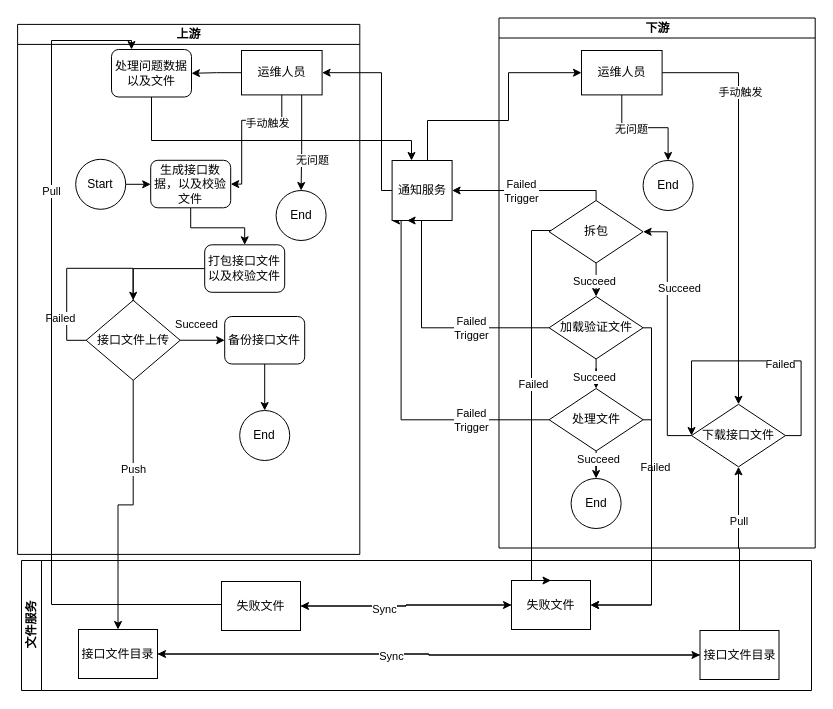
Earlier version of the draw.io diagram 未命名绘图.drawio (lsj188/myPlugin). Source tidied: cells renumbered, new cells numbered last; positions are measured from the earlier drawing's top-left corner, leaving out a move shared by most shapes. Both pictures are drawn from the tidied source at 100%, with x=0, y=0 at pixel (-77, 40).
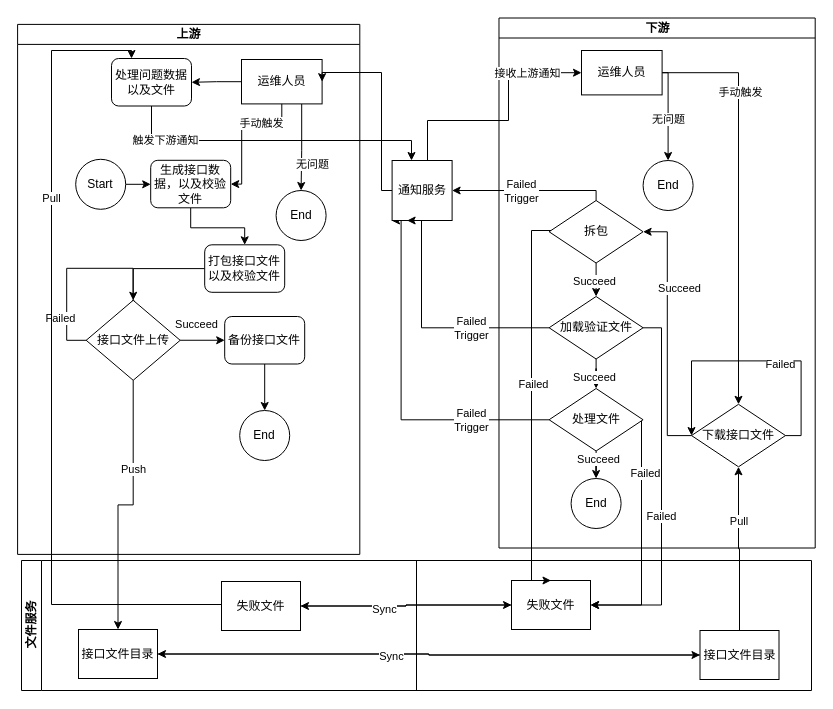
The same page after the edit.

Commit message (it also covers changes not shown here):
更新未命名绘图.drawio

The change refers to these unchanged cells:
```xml
<mxCell id="2" value="上游" style="swimlane;html=1;startSize=20;horizontal=0;rotation=90;" parent="1" vertex="1">
  <mxGeometry x="0.2" y="77.8" width="530" height="342.2" as="geometry" />
</mxCell>
<mxCell id="25" value="文件服务" style="swimlane;html=1;startSize=20;horizontal=0;rotation=0;" parent="1" vertex="1">
  <mxGeometry x="98" y="520" width="790" height="130" as="geometry" />
</mxCell>
<mxCell id="32" value="失败文件" style="rounded=0;whiteSpace=wrap;html=1;" parent="25" vertex="1">
  <mxGeometry x="490" y="20" width="79" height="49" as="geometry" />
</mxCell>
<mxCell id="35" value="失败文件" style="rounded=0;whiteSpace=wrap;html=1;" parent="25" vertex="1">
  <mxGeometry x="200" y="21" width="79" height="49" as="geometry" />
</mxCell>
<mxCell id="36" value="下游" style="swimlane;html=1;startSize=20;horizontal=0;rotation=90;" parent="1" vertex="1">
  <mxGeometry x="468.6" y="84.4" width="530" height="316.2" as="geometry" />
</mxCell>
<mxCell id="47" value="加载验证文件" style="rhombus;whiteSpace=wrap;html=1;" parent="36" vertex="1">
  <mxGeometry x="157" y="171.6" width="94" height="62.5" as="geometry" />
</mxCell>
<mxCell id="52" value="处理文件" style="rhombus;whiteSpace=wrap;html=1;" parent="36" vertex="1">
  <mxGeometry x="157" y="263.6" width="94" height="62.5" as="geometry" />
</mxCell>
<mxCell id="58" value="运维人员" style="rounded=0;whiteSpace=wrap;html=1;" parent="36" vertex="1">
  <mxGeometry x="189.4" y="-74.4" width="80.6" height="44.4" as="geometry" />
</mxCell>
<mxCell id="59" value="End" style="ellipse;whiteSpace=wrap;html=1;direction=south;" parent="36" vertex="1">
  <mxGeometry x="251" y="35.6" width="50" height="50" as="geometry" />
</mxCell>
<mxCell id="66" style="edgeStyle=orthogonalEdgeStyle;rounded=0;jettySize=auto;html=1;entryX=0;entryY=0.5;entryDx=0;entryDy=0;" parent="1" edge="1" source="68" target="58">
  <mxGeometry relative="1" as="geometry">
    <Array as="points">
      <mxPoint x="504" y="80" />
      <mxPoint x="585" y="80" />
      <mxPoint x="585" y="32" />
    </Array>
  </mxGeometry>
</mxCell>
<mxCell id="78" style="edgeStyle=orthogonalEdgeStyle;rounded=0;jettySize=auto;html=1;" parent="1" edge="1" source="22" target="68">
  <mxGeometry relative="1" as="geometry">
    <Array as="points">
      <mxPoint x="228" y="100" />
      <mxPoint x="488" y="100" />
    </Array>
  </mxGeometry>
</mxCell>
```

Diff of the diagram source:
```diff
@@
     <mxCell id="19" value="运维人员" style="rounded=0;whiteSpace=wrap;html=1;" parent="2" vertex="1">
-      <mxGeometry x="317.8" y="-67.8" width="80.6" height="44.4" as="geometry" />
+      <mxGeometry x="317.8" y="-58.8" width="80.6" height="44.4" as="geometry" />
     </mxCell>
@@
     <mxCell id="22" value="处理问题数据以及文件" style="rounded=1;whiteSpace=wrap;html=1;" parent="2" vertex="1">
-      <mxGeometry x="187.8" y="-68.8" width="80" height="47.5" as="geometry" />
+      <mxGeometry x="187.8" y="-59.8" width="80" height="47.5" as="geometry" />
     </mxCell>
@@
     <mxCell id="56" style="edgeStyle=orthogonalEdgeStyle;rounded=0;jettySize=auto;html=1;" parent="36" edge="1" source="58" target="59">
-      <mxGeometry relative="1" as="geometry" />
+      <mxGeometry relative="1" as="geometry">
+        <Array as="points">
+          <mxPoint x="276" y="-52" />
+        </Array>
+      </mxGeometry>
     </mxCell>
     <mxCell id="57" value="无问题" style="edgeLabel;html=1;align=center;verticalAlign=middle;" parent="56" vertex="1">
-      <mxGeometry x="-0.25" y="-1" relative="1" as="geometry" />
+      <mxGeometry x="-0.25" y="-1" relative="1" as="geometry">
+        <mxPoint x="1" y="17" as="offset" />
+      </mxGeometry>
     </mxCell>
@@
+    <mxCell id="79" value="接收上游通知" style="edgeLabel;html=1;align=center;verticalAlign=middle;" parent="66" vertex="1">
+      <mxGeometry x="0.55" relative="1" as="geometry" />
+    </mxCell>
@@
     <mxCell id="73" style="edgeStyle=orthogonalEdgeStyle;rounded=0;jettySize=auto;html=1;entryX=1;entryY=0.5;entryDx=0;entryDy=0;" parent="1" edge="1" source="52" target="32">
       <mxGeometry relative="1" as="geometry">
         <Array as="points">
-          <mxPoint x="728" y="379" />
-          <mxPoint x="728" y="564" />
+          <mxPoint x="718" y="564" />
         </Array>
       </mxGeometry>
     </mxCell>
@@
     <mxCell id="75" style="edgeStyle=orthogonalEdgeStyle;rounded=0;jettySize=auto;html=1;entryX=1;entryY=0.5;entryDx=0;entryDy=0;" parent="1" edge="1" source="47" target="32">
       <mxGeometry relative="1" as="geometry">
         <Array as="points">
-          <mxPoint x="728" y="287" />
-          <mxPoint x="728" y="565" />
+          <mxPoint x="738" y="287" />
+          <mxPoint x="738" y="564" />
         </Array>
       </mxGeometry>
     </mxCell>
+    <mxCell id="80" value="Failed" style="edgeLabel;html=1;align=center;verticalAlign=middle;" parent="75" vertex="1">
+      <mxGeometry x="0.13" y="-1" relative="1" as="geometry" />
+    </mxCell>
     <mxCell id="76" style="edgeStyle=orthogonalEdgeStyle;rounded=0;jettySize=auto;html=1;entryX=0.25;entryY=0;entryDx=0;entryDy=0;" parent="1" edge="1" source="35" target="22">
       <mxGeometry relative="1" as="geometry">
         <Array as="points">
           <mxPoint x="128" y="564" />
-          <mxPoint x="128" />
-          <mxPoint x="208" />
+          <mxPoint x="128" y="10" />
+          <mxPoint x="208" y="10" />
         </Array>
       </mxGeometry>
     </mxCell>
@@
+    <mxCell id="81" value="触发下游通知" style="edgeLabel;html=1;align=center;verticalAlign=middle;" parent="78" vertex="1">
+      <mxGeometry x="-0.7" y="1" relative="1" as="geometry">
+        <mxPoint x="1" as="offset" />
+      </mxGeometry>
+    </mxCell>
+    <mxCell id="82" style="endArrow=none;html=1;rounded=0;exitX=0.5;exitY=1;exitDx=0;exitDy=0;entryX=0.5;entryY=0;entryDx=0;entryDy=0;" parent="1" edge="1" source="25" target="25">
+      <mxGeometry relative="1" as="geometry" />
+    </mxCell>
```
